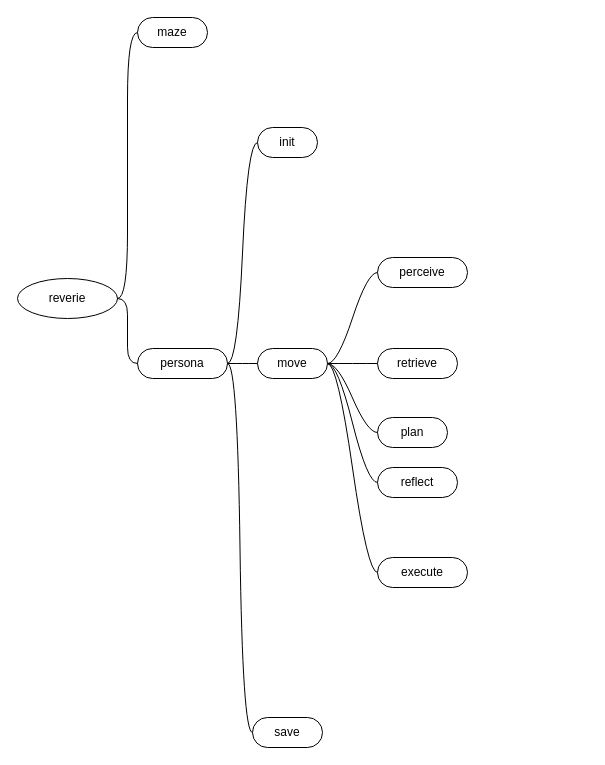
Earlier version of the draw.io diagram generative_agents.drawio (fengchutadie/diagram). Source tidied: cells renumbered, new cells numbered last; positions are measured from the earlier drawing's top-left corner, leaving out a move shared by most shapes. Both pictures are drawn from the tidied source at 100%, with x=0, y=0 at pixel (17, 17).
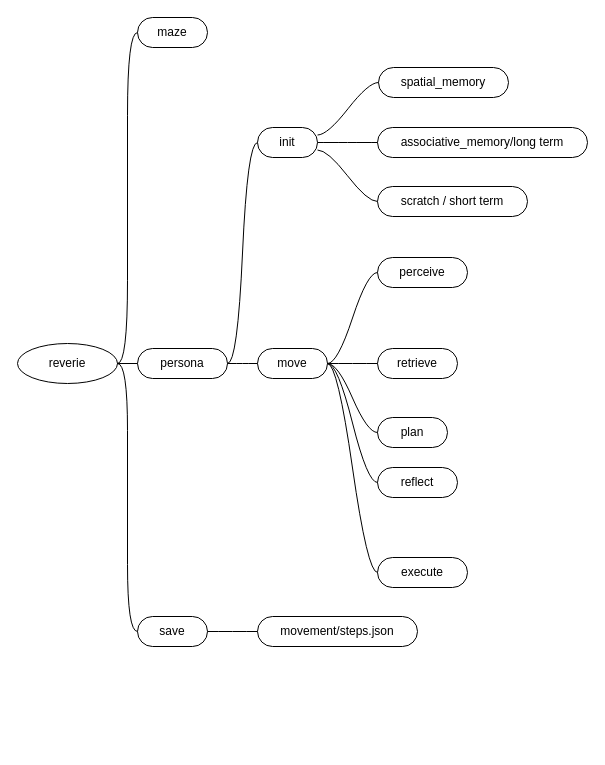
Above is the later version.

Unchanged cells that the change refers to:
```xml
<mxCell id="5" value="persona" style="whiteSpace=wrap;html=1;rounded=1;arcSize=50;align=center;verticalAlign=middle;strokeWidth=1;spacing=4;newEdgeStyle={&quot;edgeStyle&quot;:&quot;entityRelationEdgeStyle&quot;,&quot;startArrow&quot;:&quot;none&quot;,&quot;endArrow&quot;:&quot;none&quot;,&quot;segment&quot;:10,&quot;curved&quot;:1,&quot;sourcePerimeterSpacing&quot;:0,&quot;targetPerimeterSpacing&quot;:0};" parent="1" vertex="1">
  <mxGeometry x="120" y="331" width="90" height="30" as="geometry" />
</mxCell>
<mxCell id="7" value="init" style="whiteSpace=wrap;html=1;rounded=1;arcSize=50;align=center;verticalAlign=middle;strokeWidth=1;spacing=4;newEdgeStyle={&quot;edgeStyle&quot;:&quot;entityRelationEdgeStyle&quot;,&quot;startArrow&quot;:&quot;none&quot;,&quot;endArrow&quot;:&quot;none&quot;,&quot;segment&quot;:10,&quot;curved&quot;:1,&quot;sourcePerimeterSpacing&quot;:0,&quot;targetPerimeterSpacing&quot;:0};" parent="1" vertex="1">
  <mxGeometry x="240" y="110" width="60" height="30" as="geometry" />
</mxCell>
```

Diff of the diagram source:
```diff
@@
     <mxCell id="2" value="reverie" style="ellipse;whiteSpace=wrap;html=1;align=center;newEdgeStyle={&quot;edgeStyle&quot;:&quot;entityRelationEdgeStyle&quot;,&quot;startArrow&quot;:&quot;none&quot;,&quot;endArrow&quot;:&quot;none&quot;,&quot;segment&quot;:10,&quot;curved&quot;:1,&quot;sourcePerimeterSpacing&quot;:0,&quot;targetPerimeterSpacing&quot;:0};" parent="1" vertex="1">
-      <mxGeometry y="261" width="100" height="40" as="geometry" />
+      <mxGeometry y="326" width="100" height="40" as="geometry" />
     </mxCell>
@@
     <mxCell id="11" value="save" style="whiteSpace=wrap;html=1;rounded=1;arcSize=50;align=center;verticalAlign=middle;strokeWidth=1;spacing=4;newEdgeStyle={&quot;edgeStyle&quot;:&quot;entityRelationEdgeStyle&quot;,&quot;startArrow&quot;:&quot;none&quot;,&quot;endArrow&quot;:&quot;none&quot;,&quot;segment&quot;:10,&quot;curved&quot;:1,&quot;sourcePerimeterSpacing&quot;:0,&quot;targetPerimeterSpacing&quot;:0};" parent="1" vertex="1">
-      <mxGeometry x="235" y="700" width="70" height="30" as="geometry" />
+      <mxGeometry x="120" y="599" width="70" height="30" as="geometry" />
     </mxCell>
-    <mxCell id="12" style="edgeStyle=entityRelationEdgeStyle;startArrow=none;endArrow=none;segment=10;curved=1;sourcePerimeterSpacing=0;targetPerimeterSpacing=0;rounded=0;exitX=1;exitY=0.5;exitDx=0;exitDy=0;" parent="1" edge="1" source="5" target="11">
+    <mxCell id="12" style="edgeStyle=entityRelationEdgeStyle;startArrow=none;endArrow=none;segment=10;curved=1;sourcePerimeterSpacing=0;targetPerimeterSpacing=0;rounded=0;exitX=1;exitY=0.5;exitDx=0;exitDy=0;" parent="1" edge="1" source="2" target="11">
       <mxGeometry relative="1" as="geometry">
         <Array as="points">
           <mxPoint x="240" y="371" />
         </Array>
       </mxGeometry>
     </mxCell>
@@
+    <mxCell id="23" value="spatial_memory" style="whiteSpace=wrap;html=1;rounded=1;arcSize=50;align=center;verticalAlign=middle;strokeWidth=1;spacing=4;newEdgeStyle={&quot;edgeStyle&quot;:&quot;entityRelationEdgeStyle&quot;,&quot;startArrow&quot;:&quot;none&quot;,&quot;endArrow&quot;:&quot;none&quot;,&quot;segment&quot;:10,&quot;curved&quot;:1,&quot;sourcePerimeterSpacing&quot;:0,&quot;targetPerimeterSpacing&quot;:0};" parent="1" vertex="1">
+      <mxGeometry x="361" y="50" width="130" height="30" as="geometry" />
+    </mxCell>
+    <mxCell id="24" style="edgeStyle=entityRelationEdgeStyle;startArrow=none;endArrow=none;segment=10;curved=1;sourcePerimeterSpacing=0;targetPerimeterSpacing=0;rounded=0;exitX=1;exitY=0.25;exitDx=0;exitDy=0;" parent="1" edge="1" source="7" target="23">
+      <mxGeometry relative="1" as="geometry" />
+    </mxCell>
+    <mxCell id="25" value="associative_memory/long term" style="whiteSpace=wrap;html=1;rounded=1;arcSize=50;align=center;verticalAlign=middle;strokeWidth=1;spacing=4;newEdgeStyle={&quot;edgeStyle&quot;:&quot;entityRelationEdgeStyle&quot;,&quot;startArrow&quot;:&quot;none&quot;,&quot;endArrow&quot;:&quot;none&quot;,&quot;segment&quot;:10,&quot;curved&quot;:1,&quot;sourcePerimeterSpacing&quot;:0,&quot;targetPerimeterSpacing&quot;:0};" parent="1" vertex="1">
+      <mxGeometry x="360" y="110" width="210" height="30" as="geometry" />
+    </mxCell>
+    <mxCell id="26" style="edgeStyle=entityRelationEdgeStyle;startArrow=none;endArrow=none;segment=10;curved=1;sourcePerimeterSpacing=0;targetPerimeterSpacing=0;rounded=0;exitX=1;exitY=0.5;exitDx=0;exitDy=0;" parent="1" edge="1" source="7" target="25">
+      <mxGeometry relative="1" as="geometry" />
+    </mxCell>
+    <mxCell id="27" value="scratch / short term" style="whiteSpace=wrap;html=1;rounded=1;arcSize=50;align=center;verticalAlign=middle;strokeWidth=1;spacing=4;newEdgeStyle={&quot;edgeStyle&quot;:&quot;entityRelationEdgeStyle&quot;,&quot;startArrow&quot;:&quot;none&quot;,&quot;endArrow&quot;:&quot;none&quot;,&quot;segment&quot;:10,&quot;curved&quot;:1,&quot;sourcePerimeterSpacing&quot;:0,&quot;targetPerimeterSpacing&quot;:0};direction=south;" parent="1" vertex="1">
+      <mxGeometry x="360" y="169" width="150" height="30" as="geometry" />
+    </mxCell>
+    <mxCell id="28" style="edgeStyle=entityRelationEdgeStyle;startArrow=none;endArrow=none;segment=10;curved=1;sourcePerimeterSpacing=0;targetPerimeterSpacing=0;rounded=0;exitX=1;exitY=0.75;exitDx=0;exitDy=0;" parent="1" edge="1" source="7" target="27">
+      <mxGeometry relative="1" as="geometry" />
+    </mxCell>
+    <mxCell id="29" value="movement/steps.json" style="whiteSpace=wrap;html=1;rounded=1;arcSize=50;align=center;verticalAlign=middle;strokeWidth=1;spacing=4;newEdgeStyle={&quot;edgeStyle&quot;:&quot;entityRelationEdgeStyle&quot;,&quot;startArrow&quot;:&quot;none&quot;,&quot;endArrow&quot;:&quot;none&quot;,&quot;segment&quot;:10,&quot;curved&quot;:1,&quot;sourcePerimeterSpacing&quot;:0,&quot;targetPerimeterSpacing&quot;:0};" parent="1" vertex="1">
+      <mxGeometry x="240" y="599" width="160" height="30" as="geometry" />
+    </mxCell>
+    <mxCell id="30" style="edgeStyle=entityRelationEdgeStyle;startArrow=none;endArrow=none;segment=10;curved=1;sourcePerimeterSpacing=0;targetPerimeterSpacing=0;rounded=0;" parent="1" edge="1" source="11" target="29">
+      <mxGeometry relative="1" as="geometry" />
+    </mxCell>
```
